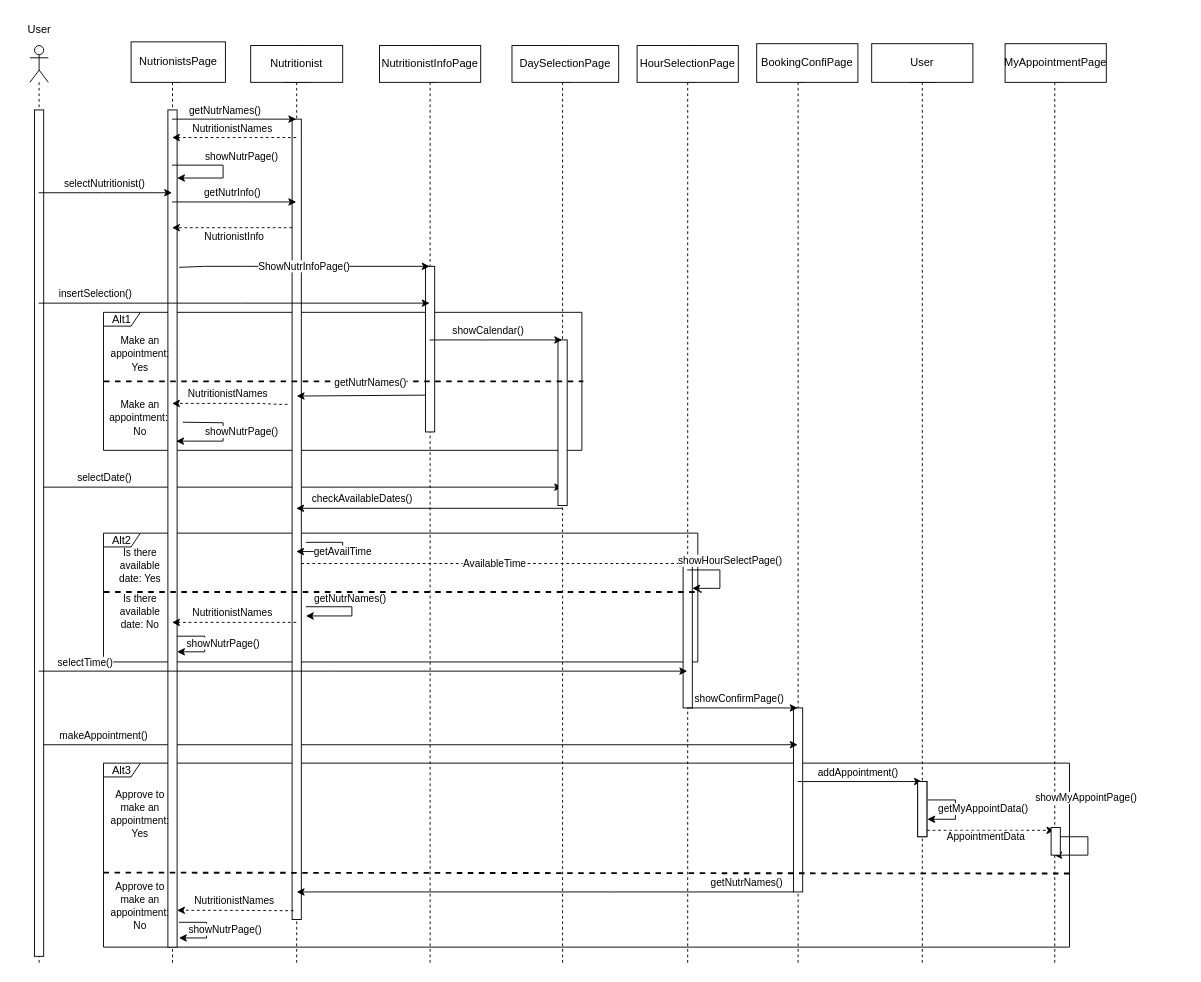
Earlier version of the draw.io diagram ΤΕΛΙΚΟ ΠΑΡΑΔΟΤΕΟ/Sequence-diagrams-v1.0/sd_ραντεβου_με_διατροφολογο.drawio (Dionkaps/Eu-Zin). Source tidied: cells renumbered, new cells numbered last; positions are measured from the earlier drawing's top-left corner, leaving out a move shared by most shapes. Both pictures are drawn from the tidied source at 92%, with x=0, y=0 at pixel (16, 16).
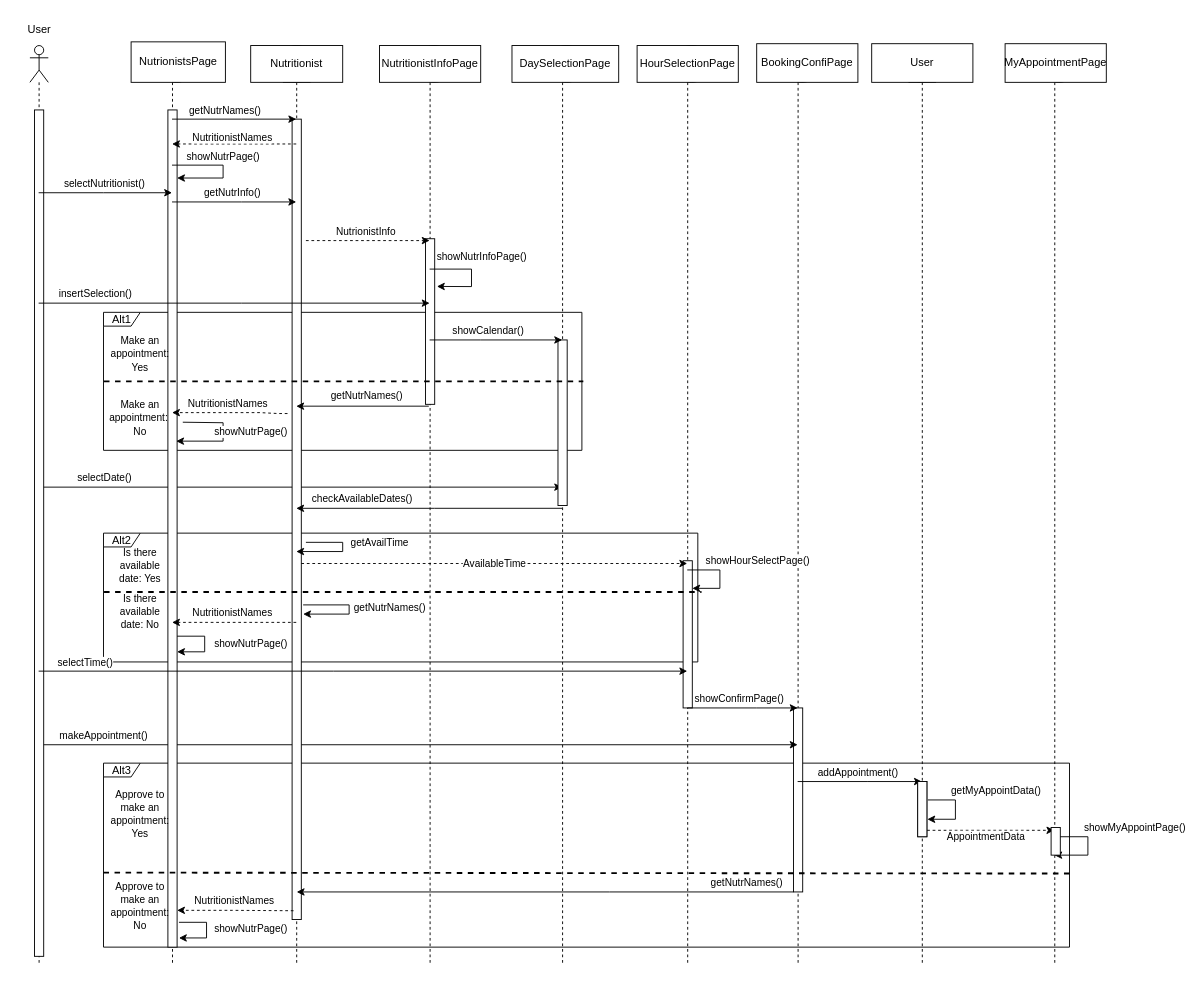
The same diagram, later.

Commit message (it also covers changes not shown here):
μικρη διόρθωση στα sequence και usecases

The change refers to these unchanged cells:
```xml
<mxCell id="13" style="shape=umlLifeline;participant=umlBoundary;perimeter=lifelinePerimeter;whiteSpace=wrap;html=1;verticalAlign=top;spacingTop=36;outlineConnect=0;" parent="1" vertex="1">
  <mxGeometry x="145" y="32" width="50" height="1000" as="geometry" />
</mxCell>
<mxCell id="14" style="html=1;points=[];perimeter=orthogonalPerimeter;fontSize=11;" parent="13" vertex="1">
  <mxGeometry x="20" y="70" width="10" height="910" as="geometry" />
</mxCell>
<mxCell id="18" style="shape=umlLifeline;participant=umlEntity;perimeter=lifelinePerimeter;whiteSpace=wrap;html=1;verticalAlign=top;spacingTop=36;outlineConnect=0;" parent="1" vertex="1">
  <mxGeometry x="285" y="32" width="40" height="1000" as="geometry" />
</mxCell>
<mxCell id="23" style="shape=umlLifeline;participant=umlBoundary;perimeter=lifelinePerimeter;whiteSpace=wrap;html=1;verticalAlign=top;spacingTop=36;outlineConnect=0;" parent="1" vertex="1">
  <mxGeometry x="425" y="32" width="50" height="1000" as="geometry" />
</mxCell>
<mxCell id="33" style="shape=umlLifeline;participant=umlBoundary;perimeter=lifelinePerimeter;whiteSpace=wrap;html=1;verticalAlign=top;spacingTop=36;outlineConnect=0;" parent="1" vertex="1">
  <mxGeometry x="1104" y="32" width="50" height="1000" as="geometry" />
</mxCell>
<mxCell id="38" style="shape=umlLifeline;participant=umlBoundary;perimeter=lifelinePerimeter;whiteSpace=wrap;html=1;verticalAlign=top;spacingTop=36;outlineConnect=0;" parent="1" vertex="1">
  <mxGeometry x="705" y="32" width="50" height="1000" as="geometry" />
</mxCell>
```

The edit, as a diff of the source:
```diff
@@
     <mxCell id="15" value="showNutrPage()" style="endArrow=classic;html=1;rounded=0;" parent="13" edge="1" source="13">
-      <mxGeometry x="-0.07" y="22" relative="1" as="geometry">
+      <mxGeometry x="-0.07" y="-10" relative="1" as="geometry">
         <mxPoint x="30" y="144" as="targetPoint" />
         <Array as="points">
           <mxPoint x="80" y="130" />
           <mxPoint x="80" y="144" />
         </Array>
-        <mxPoint x="-2" y="-10" as="offset" />
+        <mxPoint x="10" y="-10" as="offset" />
       </mxGeometry>
     </mxCell>
     <mxCell id="16" value="showNutrPage()" style="endArrow=classic;html=1;rounded=0;" parent="13" edge="1">
-      <mxGeometry x="-0.01" y="20" relative="1" as="geometry">
+      <mxGeometry x="-0.01" y="50" relative="1" as="geometry">
         <mxPoint x="30" y="642" as="sourcePoint" />
         <mxPoint x="30" y="659" as="targetPoint" />
         <Array as="points">
           <mxPoint x="60" y="642" />
           <mxPoint x="60" y="659" />
         </Array>
       </mxGeometry>
     </mxCell>
     <mxCell id="17" value="showNutrPage()" style="endArrow=classic;html=1;rounded=0;exitX=1.619;exitY=0.373;exitDx=0;exitDy=0;exitPerimeter=0;" parent="13" edge="1" source="14">
-      <mxGeometry x="-0.06" y="20" relative="1" as="geometry">
+      <mxGeometry x="-0.06" y="30" relative="1" as="geometry">
         <mxPoint x="29" y="430" as="targetPoint" />
         <Array as="points">
           <mxPoint x="80" y="410" />
           <mxPoint x="80" y="430" />
         </Array>
       </mxGeometry>
     </mxCell>
@@
     <mxCell id="20" value="getAvailTime" style="endArrow=classic;html=1;rounded=0;" parent="18" edge="1" target="18">
-      <mxGeometry relative="1" as="geometry">
+      <mxGeometry x="-0.2" y="40" relative="1" as="geometry">
         <mxPoint x="30" y="540" as="sourcePoint" />
         <Array as="points">
           <mxPoint x="70" y="540" />
           <mxPoint x="70" y="550" />
         </Array>
       </mxGeometry>
     </mxCell>
     <mxCell id="21" style="endArrow=classic;html=1;rounded=0;" parent="18" edge="1">
       <mxGeometry relative="1" as="geometry">
-        <mxPoint x="30" y="610" as="sourcePoint" />
-        <mxPoint x="30" y="620" as="targetPoint" />
+        <mxPoint x="27" y="608" as="sourcePoint" />
+        <mxPoint x="27" y="618" as="targetPoint" />
         <Array as="points">
-          <mxPoint x="80" y="610" />
-          <mxPoint x="80" y="620" />
+          <mxPoint x="77" y="608" />
+          <mxPoint x="77" y="618" />
         </Array>
       </mxGeometry>
     </mxCell>
     <mxCell id="22" value="getNutrNames()" style="edgeLabel;html=1;align=center;verticalAlign=middle;" parent="21" vertex="1">
       <mxGeometry x="-0.15" y="-2" relative="1" as="geometry">
-        <mxPoint y="-12" as="offset" />
+        <mxPoint x="46" as="offset" />
       </mxGeometry>
     </mxCell>
@@
     <mxCell id="24" style="html=1;points=[];perimeter=orthogonalPerimeter;fontSize=11;" parent="23" vertex="1">
-      <mxGeometry x="20" y="240" width="10" height="180" as="geometry" />
+      <mxGeometry x="20" y="210" width="10" height="180" as="geometry" />
     </mxCell>
+    <mxCell id="76" value="showNutrInfoPage()" style="endArrow=classic;html=1;rounded=0;entryX=1.24;entryY=0.288;entryDx=0;entryDy=0;entryPerimeter=0;" parent="23" edge="1" target="24">
+      <mxGeometry x="-0.12" y="16" relative="1" as="geometry">
+        <mxPoint x="24.5" y="243" as="sourcePoint" />
+        <Array as="points">
+          <mxPoint x="70" y="243" />
+          <mxPoint x="70" y="262" />
+        </Array>
+        <mxPoint x="11" y="3" as="offset" />
+      </mxGeometry>
+    </mxCell>
@@
-    <mxCell id="28" value="NutritionistNames" style="endArrow=classic;html=1;rounded=0;dashed=1;" parent="1" edge="1" source="18" target="13">
-      <mxGeometry x="0.03" y="-10" relative="1" as="geometry">
+    <mxCell id="28" value="NutritionistNames" style="endArrow=classic;html=1;rounded=0;dashed=1;" parent="1" edge="1">
+      <mxGeometry x="0.03" y="-7" relative="1" as="geometry">
+        <mxPoint x="304.5" y="139" as="sourcePoint" />
+        <mxPoint x="169.5" y="139" as="targetPoint" />
         <Array as="points">
-          <mxPoint x="255" y="132" />
+          <mxPoint x="255" y="139" />
         </Array>
       </mxGeometry>
     </mxCell>
@@
     <mxCell id="49" value="getMyAppointData()" style="endArrow=classic;html=1;rounded=0;strokeWidth=1;fontSize=11;" parent="1" edge="1">
-      <mxGeometry x="-0.02" y="30" relative="1" as="geometry">
+      <mxGeometry x="-0.26" y="45" relative="1" as="geometry">
         <mxPoint x="991" y="852" as="sourcePoint" />
         <mxPoint x="990.5" y="873" as="targetPoint" />
         <Array as="points">
           <mxPoint x="1021" y="852" />
           <mxPoint x="1021" y="873" />
         </Array>
+        <mxPoint x="-1" y="-10" as="offset" />
       </mxGeometry>
     </mxCell>
@@
     <mxCell id="64" value="NutrionistInfo" style="endArrow=classic;html=1;rounded=0;dashed=1;" parent="1" edge="1">
       <mxGeometry x="-0.03" y="10" relative="1" as="geometry">
-        <mxPoint x="300" y="230" as="sourcePoint" />
-        <mxPoint x="169.5" y="230" as="targetPoint" />
+        <mxPoint x="315" y="244" as="sourcePoint" />
+        <mxPoint x="449.5" y="244" as="targetPoint" />
         <Array as="points">
-          <mxPoint x="245" y="230" />
+          <mxPoint x="315" y="244" />
         </Array>
       </mxGeometry>
     </mxCell>
-    <mxCell id="65" value="ShowNutrInfoPage()" style="endArrow=classic;html=1;rounded=0;exitX=1.238;exitY=0.188;exitDx=0;exitDy=0;exitPerimeter=0;" parent="1" edge="1" source="14" target="23">
-      <mxGeometry relative="1" as="geometry">
-        <Array as="points">
-          <mxPoint x="205" y="272" />
-          <mxPoint x="245" y="272" />
-          <mxPoint x="315" y="272" />
-        </Array>
-      </mxGeometry>
-    </mxCell>
-    <mxCell id="66" style="endArrow=classic;html=1;rounded=0;" parent="1" edge="1">
-      <mxGeometry relative="1" as="geometry">
-        <mxPoint x="445" y="412" as="sourcePoint" />
-        <mxPoint x="305" y="413" as="targetPoint" />
-      </mxGeometry>
+    <mxCell id="66" style="endArrow=classic;html=1;rounded=0;exitX=0.36;exitY=1.011;exitDx=0;exitDy=0;exitPerimeter=0;" parent="1" edge="1" source="24" target="18">
+      <mxGeometry relative="1" as="geometry" />
     </mxCell>
     <mxCell id="67" value="getNutrNames()" style="edgeLabel;html=1;align=center;verticalAlign=middle;" parent="66" vertex="1">
       <mxGeometry x="-0.15" y="-2" relative="1" as="geometry">
-        <mxPoint y="-12" as="offset" />
+        <mxPoint x="-7" y="-9" as="offset" />
       </mxGeometry>
     </mxCell>
     <mxCell id="68" value="NutritionistNames" style="endArrow=classic;html=1;rounded=0;dashed=1;" parent="1" edge="1">
       <mxGeometry x="0.03" y="-10" relative="1" as="geometry">
-        <mxPoint x="295" y="422" as="sourcePoint" />
-        <mxPoint x="169.5" y="421" as="targetPoint" />
+        <mxPoint x="295" y="432" as="sourcePoint" />
+        <mxPoint x="169.5" y="431" as="targetPoint" />
         <Array as="points">
-          <mxPoint x="285" y="422" />
-          <mxPoint x="265" y="421" />
+          <mxPoint x="285" y="432" />
+          <mxPoint x="265" y="431" />
         </Array>
       </mxGeometry>
     </mxCell>
@@
     <mxCell id="70" value="showHourSelectPage()" style="endArrow=classic;html=1;rounded=0;" parent="1" edge="1" source="38">
-      <mxGeometry x="-0.17" y="14" relative="1" as="geometry">
+      <mxGeometry x="-0.17" y="41" relative="1" as="geometry">
         <mxPoint x="735" y="622" as="targetPoint" />
         <Array as="points">
           <mxPoint x="765" y="602" />
           <mxPoint x="765" y="622" />
         </Array>
-        <mxPoint x="11" y="4" as="offset" />
+        <mxPoint x="41" y="31" as="offset" />
       </mxGeometry>
     </mxCell>
     <mxCell id="71" value="showMyAppointPage()" style="endArrow=classic;html=1;rounded=0;" parent="1" edge="1" source="33" target="33">
-      <mxGeometry x="-0.22" y="32" relative="1" as="geometry">
+      <mxGeometry x="-0.22" y="51" relative="1" as="geometry">
         <Array as="points">
           <mxPoint x="1165" y="892" />
           <mxPoint x="1165" y="912" />
         </Array>
-        <mxPoint x="-2" y="-10" as="offset" />
+        <mxPoint x="51" y="41" as="offset" />
       </mxGeometry>
     </mxCell>
@@
     <mxCell id="75" value="showNutrPage()" style="endArrow=classic;html=1;rounded=0;" parent="1" edge="1">
-      <mxGeometry x="-0.01" y="20" relative="1" as="geometry">
+      <mxGeometry x="-0.04" y="48" relative="1" as="geometry">
         <mxPoint x="177" y="985" as="sourcePoint" />
         <mxPoint x="177" y="1002" as="targetPoint" />
         <Array as="points">
           <mxPoint x="207" y="985" />
           <mxPoint x="207" y="1002" />
         </Array>
       </mxGeometry>
     </mxCell>
```
